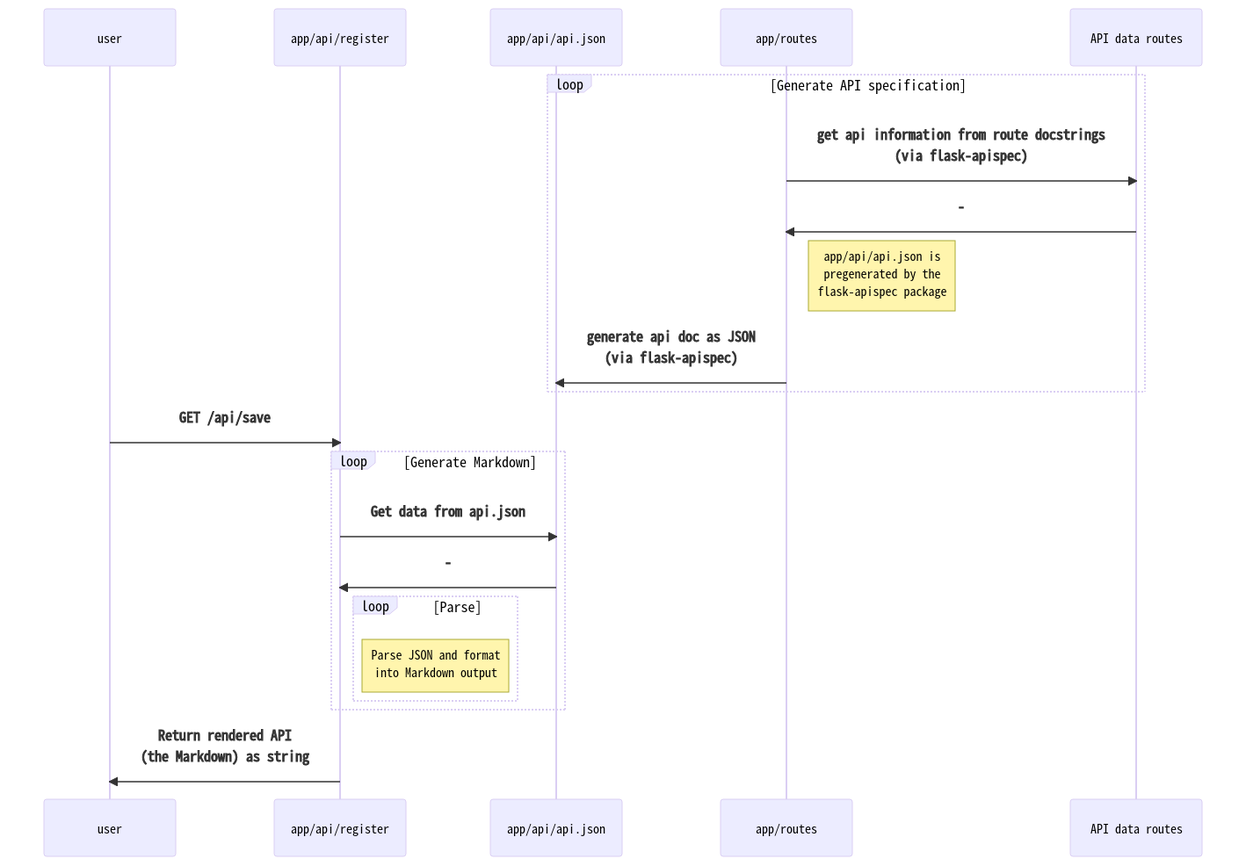
Earlier version of the Mermaid export homework07/img/register.png (akhilsadam/coe332). Its source is kept beside it as homework07/src/register.mmd. The source it was exported from:
```mermaid
sequenceDiagram
    participant user
    participant app/api/register
    participant app/api/api.json
    participant app/routes
    participant API data routes
    loop Generate API specification
        app/routes->>API data routes: get api information from route docstrings <br> (via flask-apispec)
        API data routes->>app/routes: -
        Note right of app/routes: app/api/api.json is <br>pregenerated by the <br>flask-apispec package
        app/routes->>app/api/api.json: generate api doc as JSON <br> (via flask-apispec)
    end
    user->>app/api/register: GET /api/save
    loop Generate Markdown
        app/api/register->>app/api/api.json: Get data from api.json
        app/api/api.json->>app/api/register: -
        loop Parse
            Note right of app/api/register: Parse JSON and format<br> into Markdown output
        end
    end
    app/api/register->>user: Return rendered API <br>(the Markdown) as string
```
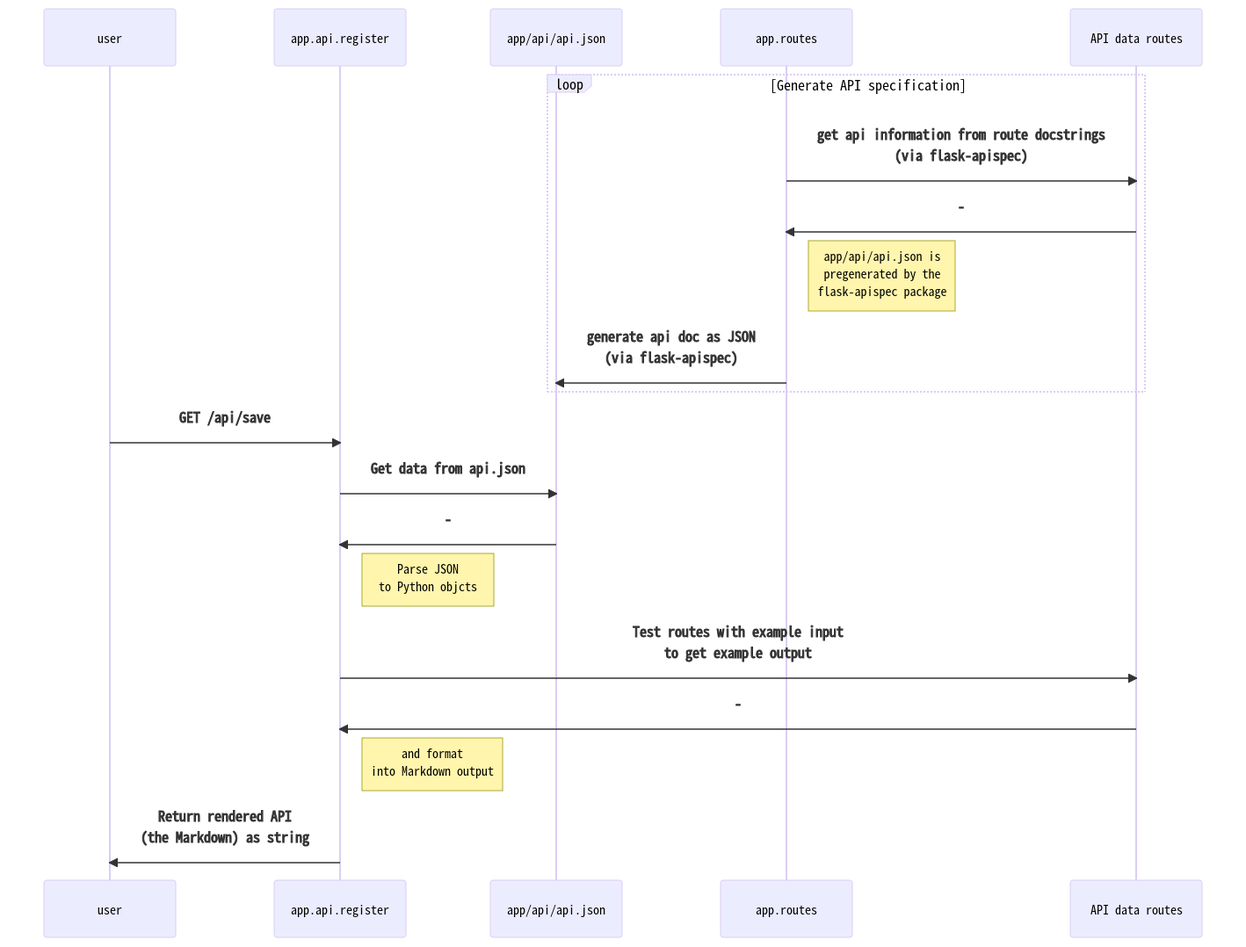
The same diagram one commit later.

Diff of the diagram source:
```diff
@@ -1,21 +1,22 @@
 sequenceDiagram
     participant user
-    participant app/api/register
+    participant app.api.register
     participant app/api/api.json
-    participant app/routes
+    participant app.routes
     participant API data routes
     loop Generate API specification
-        app/routes->>API data routes: get api information from route docstrings <br> (via flask-apispec)
-        API data routes->>app/routes: -
-        Note right of app/routes: app/api/api.json is <br>pregenerated by the <br>flask-apispec package
-        app/routes->>app/api/api.json: generate api doc as JSON <br> (via flask-apispec)
+        app.routes->>API data routes: get api information from route docstrings <br> (via flask-apispec)
+        API data routes->>app.routes: -
+        Note right of app.routes: app/api/api.json is <br>pregenerated by the <br>flask-apispec package
+        app.routes->>app/api/api.json: generate api doc as JSON <br> (via flask-apispec)
     end
-    user->>app/api/register: GET /api/save
-    loop Generate Markdown
-        app/api/register->>app/api/api.json: Get data from api.json
-        app/api/api.json->>app/api/register: -
-        loop Parse
-            Note right of app/api/register: Parse JSON and format<br> into Markdown output
-        end
-    end
-    app/api/register->>user: Return rendered API <br>(the Markdown) as string
+    user->>app.api.register: GET /api/save
+    app.api.register->>app/api/api.json: Get data from api.json
+    app/api/api.json->>app.api.register: -
+
+    Note right of app.api.register: Parse JSON <br> to Python objcts
+    app.api.register->>API data routes: Test routes with example input<br> to get example output
+    API data routes->>app.api.register: -
+    Note right of app.api.register: and format<br> into Markdown output
+
+    app.api.register->>user: Return rendered API <br>(the Markdown) as string
```
